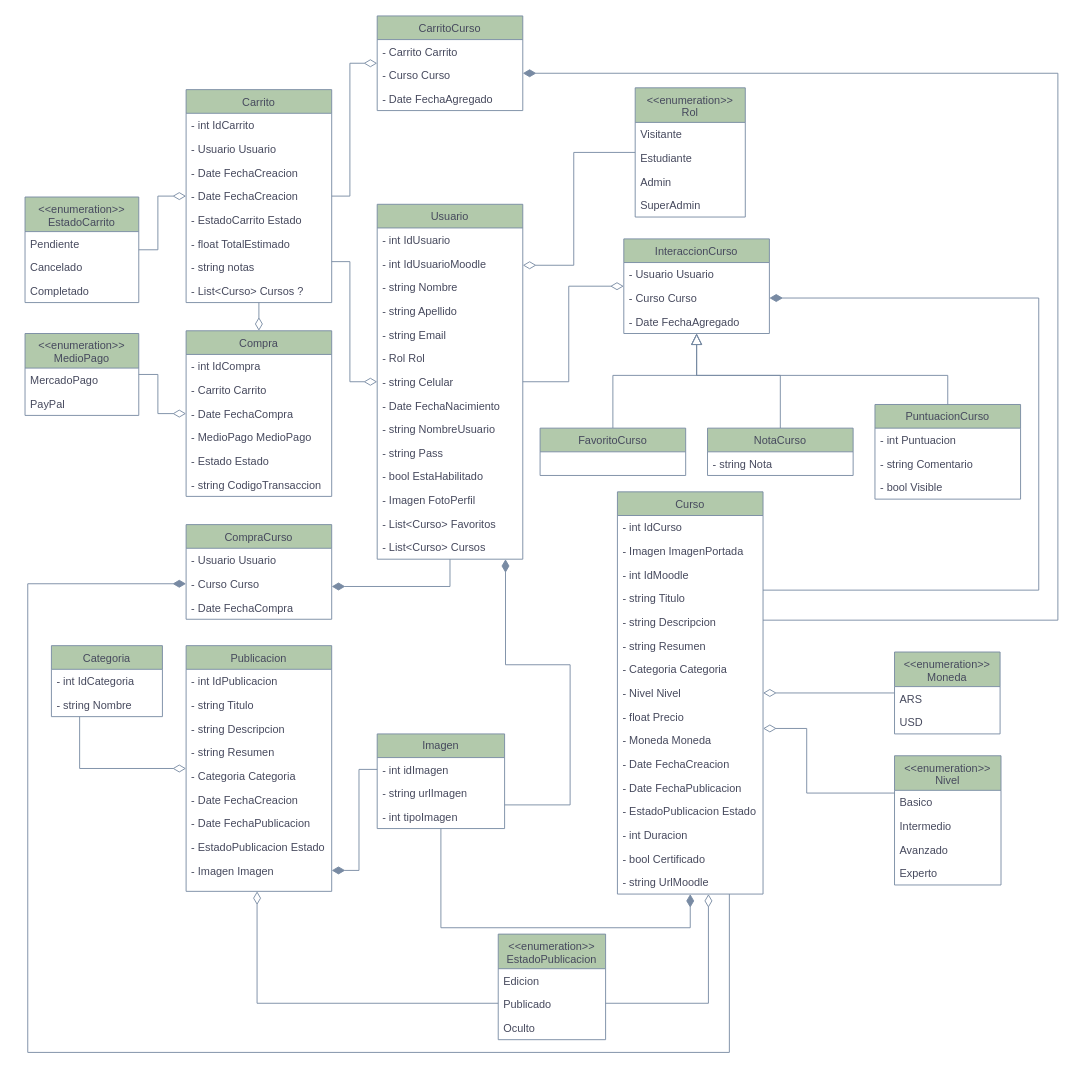
Above: UML/UML.drawio in GDieser/tpc-equipo-12A (draw.io), before the change. Source tidied: cells renumbered, new cells numbered last; positions are measured from the earlier drawing's top-left corner, leaving out a move shared by most shapes. Both pictures are drawn from the tidied source at 91%, with x=0, y=0 at pixel (25, 15).
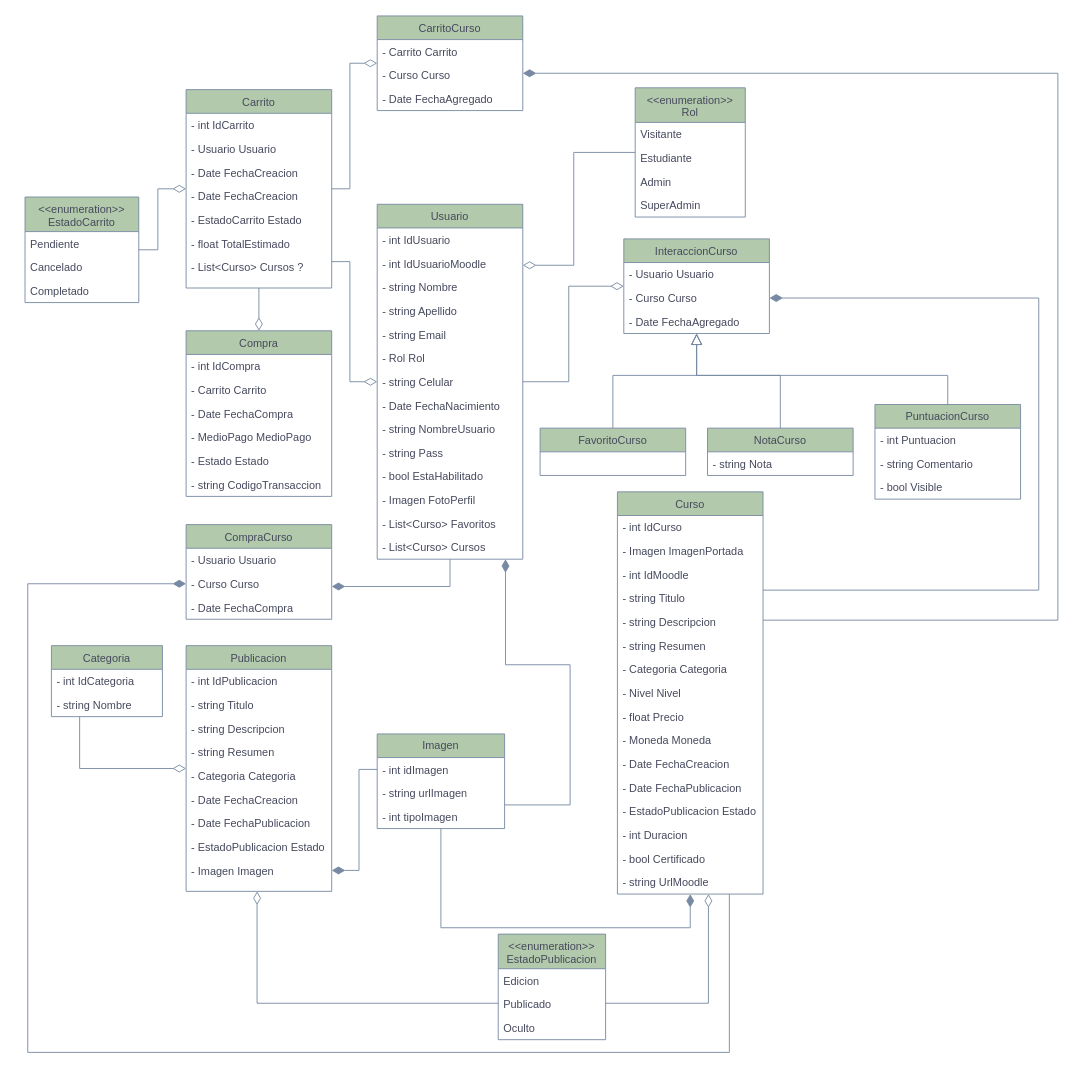
The same page after the edit.

Unchanged cells that the change refers to:
```xml
<mxCell id="17" value="Curso" style="swimlane;fontStyle=0;align=center;verticalAlign=top;horizontal=1;startSize=26;rounded=0;shadow=0;strokeWidth=1;labelBackgroundColor=none;fillColor=#B2C9AB;strokeColor=#788AA3;fontColor=#46495D;" parent="1" vertex="1">
  <mxGeometry x="651" y="523" width="160" height="442" as="geometry" />
</mxCell>
<mxCell id="43" value="Compra" style="swimlane;fontStyle=0;align=center;verticalAlign=top;horizontal=1;startSize=26;rounded=0;shadow=0;strokeWidth=1;labelBackgroundColor=none;fillColor=#B2C9AB;strokeColor=#788AA3;fontColor=#46495D;" parent="1" vertex="1">
  <mxGeometry x="177" y="346" width="160" height="182" as="geometry" />
</mxCell>
```

Diff of the diagram source:
```diff
@@
     <mxCell id="34" value="Carrito" style="swimlane;fontStyle=0;align=center;verticalAlign=top;horizontal=1;startSize=26;rounded=0;shadow=0;strokeWidth=1;labelBackgroundColor=none;fillColor=#B2C9AB;strokeColor=#788AA3;fontColor=#46495D;" parent="1" vertex="1">
-      <mxGeometry x="177" y="81" width="160" height="234" as="geometry" />
+      <mxGeometry x="177" y="81" width="160" height="218" as="geometry" />
     </mxCell>
@@
-    <mxCell id="41" value="- string notas" style="text;align=left;verticalAlign=top;spacingLeft=4;spacingRight=4;overflow=hidden;rounded=0;shadow=0;html=0;labelBackgroundColor=none;fontColor=#46495D;" parent="34" vertex="1">
-      <mxGeometry y="182" width="160" height="26" as="geometry" />
-    </mxCell>
     <mxCell id="42" value="- List&lt;Curso&gt; Cursos ?" style="text;align=left;verticalAlign=top;spacingLeft=4;spacingRight=4;overflow=hidden;rounded=0;shadow=0;html=0;labelBackgroundColor=none;fontColor=#46495D;" parent="34" vertex="1">
-      <mxGeometry y="208" width="160" height="26" as="geometry" />
+      <mxGeometry y="182" width="160" height="26" as="geometry" />
     </mxCell>
@@
-    <mxCell id="96" style="edgeStyle=orthogonalEdgeStyle;rounded=0;jettySize=auto;html=1;endArrow=diamondThin;endFill=0;endSize=12;labelBackgroundColor=none;strokeColor=#788AA3;fontColor=default;" parent="1" edge="1" source="97" target="17">
-      <mxGeometry relative="1" as="geometry" />
-    </mxCell>
-    <mxCell id="97" value="&lt;&lt;enumeration&gt;&gt;&#10;Moneda" style="swimlane;fontStyle=0;align=center;verticalAlign=top;horizontal=1;startSize=38;rounded=0;shadow=0;strokeWidth=1;labelBackgroundColor=none;fillColor=#B2C9AB;strokeColor=#788AA3;fontColor=#46495D;" parent="1" vertex="1">
-      <mxGeometry x="955.5" y="699" width="116" height="90" as="geometry" />
-    </mxCell>
-    <mxCell id="98" value="ARS" style="text;align=left;verticalAlign=top;spacingLeft=4;spacingRight=4;overflow=hidden;rounded=0;shadow=0;html=0;labelBackgroundColor=none;fontColor=#46495D;" parent="97" vertex="1">
-      <mxGeometry y="38" width="116" height="26" as="geometry" />
-    </mxCell>
-    <mxCell id="99" value="USD" style="text;align=left;verticalAlign=top;spacingLeft=4;spacingRight=4;overflow=hidden;rounded=0;shadow=0;html=0;labelBackgroundColor=none;fontColor=#46495D;" parent="97" vertex="1">
-      <mxGeometry y="64" width="116" height="26" as="geometry" />
-    </mxCell>
-    <mxCell id="100" style="edgeStyle=orthogonalEdgeStyle;rounded=0;jettySize=auto;html=1;endSize=12;endArrow=diamondThin;endFill=0;labelBackgroundColor=none;strokeColor=#788AA3;fontColor=default;" parent="1" edge="1" source="101" target="17">
-      <mxGeometry relative="1" as="geometry">
-        <Array as="points">
-          <mxPoint x="859" y="854" />
-          <mxPoint x="859" y="783" />
-        </Array>
-      </mxGeometry>
-    </mxCell>
-    <mxCell id="101" value="&lt;&lt;enumeration&gt;&gt;&#10;Nivel" style="swimlane;fontStyle=0;align=center;verticalAlign=top;horizontal=1;startSize=38;rounded=0;shadow=0;strokeWidth=1;labelBackgroundColor=none;fillColor=#B2C9AB;strokeColor=#788AA3;fontColor=#46495D;" parent="1" vertex="1">
-      <mxGeometry x="955.5" y="813" width="117" height="142" as="geometry" />
-    </mxCell>
-    <mxCell id="102" value="Basico" style="text;align=left;verticalAlign=top;spacingLeft=4;spacingRight=4;overflow=hidden;rounded=0;shadow=0;html=0;labelBackgroundColor=none;fontColor=#46495D;" parent="101" vertex="1">
-      <mxGeometry y="38" width="117" height="26" as="geometry" />
-    </mxCell>
-    <mxCell id="103" value="Intermedio" style="text;align=left;verticalAlign=top;spacingLeft=4;spacingRight=4;overflow=hidden;rounded=0;shadow=0;html=0;labelBackgroundColor=none;fontColor=#46495D;" parent="101" vertex="1">
-      <mxGeometry y="64" width="117" height="26" as="geometry" />
-    </mxCell>
-    <mxCell id="104" value="Avanzado" style="text;align=left;verticalAlign=top;spacingLeft=4;spacingRight=4;overflow=hidden;rounded=0;shadow=0;html=0;labelBackgroundColor=none;fontColor=#46495D;" parent="101" vertex="1">
-      <mxGeometry y="90" width="117" height="26" as="geometry" />
-    </mxCell>
-    <mxCell id="105" value="Experto&#10;" style="text;align=left;verticalAlign=top;spacingLeft=4;spacingRight=4;overflow=hidden;rounded=0;shadow=0;html=0;labelBackgroundColor=none;fontColor=#46495D;" parent="101" vertex="1">
-      <mxGeometry y="116" width="117" height="26" as="geometry" />
-    </mxCell>
@@
-    <mxCell id="112" style="edgeStyle=orthogonalEdgeStyle;rounded=0;jettySize=auto;html=1;endSize=12;endArrow=diamondThin;endFill=0;labelBackgroundColor=none;strokeColor=#788AA3;fontColor=default;" parent="1" edge="1" source="113" target="43">
-      <mxGeometry relative="1" as="geometry" />
-    </mxCell>
-    <mxCell id="113" value="&lt;&lt;enumeration&gt;&gt;&#10;MedioPago" style="swimlane;fontStyle=0;align=center;verticalAlign=top;horizontal=1;startSize=38;rounded=0;shadow=0;strokeWidth=1;labelBackgroundColor=none;fillColor=#B2C9AB;strokeColor=#788AA3;fontColor=#46495D;" parent="1" vertex="1">
-      <mxGeometry y="349" width="125" height="90" as="geometry" />
-    </mxCell>
-    <mxCell id="114" value="MercadoPago" style="text;align=left;verticalAlign=top;spacingLeft=4;spacingRight=4;overflow=hidden;rounded=0;shadow=0;html=0;labelBackgroundColor=none;fontColor=#46495D;" parent="113" vertex="1">
-      <mxGeometry y="38" width="125" height="26" as="geometry" />
-    </mxCell>
-    <mxCell id="115" value="PayPal" style="text;align=left;verticalAlign=top;spacingLeft=4;spacingRight=4;overflow=hidden;rounded=0;shadow=0;html=0;labelBackgroundColor=none;fontColor=#46495D;" parent="113" vertex="1">
-      <mxGeometry y="64" width="125" height="26" as="geometry" />
-    </mxCell>
```
